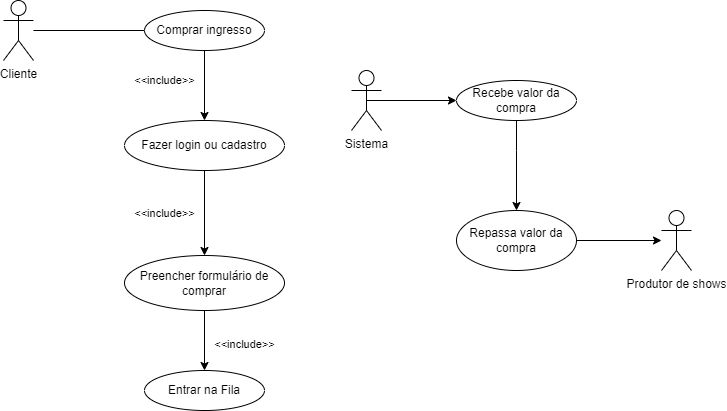
RicardoVictor/tickets-diagram keeps this draw.io diagram as diagram.png. Above is the earlier version. Source tidied: cells renumbered, new cells last; positions are measured from the earlier drawing's top-left corner, leaving out a move shared by most shapes.
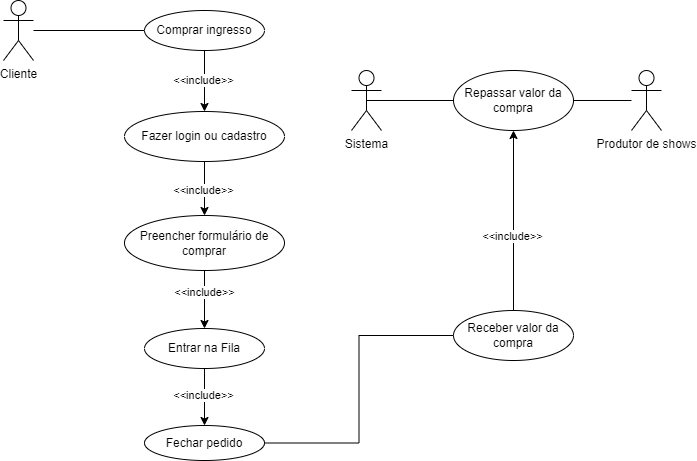
The same diagram one commit later.

The edit, as a diff of the source:
```diff
@@ -3,57 +3,69 @@
     <mxCell id="0" />
     <mxCell id="1" parent="0" />
     <mxCell id="2" value="Cliente&lt;br&gt;" style="shape=umlActor;verticalLabelPosition=bottom;verticalAlign=top;html=1;outlineConnect=0;" parent="1" vertex="1">
-      <mxGeometry width="30" height="60" as="geometry" />
+      <mxGeometry x="60" y="-640" width="30" height="60" as="geometry" />
     </mxCell>
     <mxCell id="3" value="&amp;lt;&amp;lt;include&amp;gt;&amp;gt;" style="edgeStyle=orthogonalEdgeStyle;rounded=0;jettySize=auto;html=1;exitX=0.5;exitY=1;exitDx=0;exitDy=0;entryX=0.5;entryY=0;entryDx=0;entryDy=0;" parent="1" edge="1" source="4" target="11">
-      <mxGeometry x="0.14" y="40" relative="1" as="geometry" />
+      <mxGeometry x="-0.25" relative="1" as="geometry" />
     </mxCell>
     <mxCell id="4" value="Preencher formulário de comprar" style="ellipse;whiteSpace=wrap;html=1;" parent="1" vertex="1">
-      <mxGeometry x="121" y="255" width="160" height="55" as="geometry" />
+      <mxGeometry x="181" y="-425" width="160" height="55" as="geometry" />
     </mxCell>
     <mxCell id="5" value="Comprar ingresso" style="ellipse;whiteSpace=wrap;html=1;" parent="1" vertex="1">
-      <mxGeometry x="141" y="10" width="120" height="40" as="geometry" />
+      <mxGeometry x="201" y="-630" width="120" height="40" as="geometry" />
     </mxCell>
     <mxCell id="6" value="Fazer login ou cadastro" style="ellipse;whiteSpace=wrap;html=1;" parent="1" vertex="1">
-      <mxGeometry x="121" y="120" width="160" height="50" as="geometry" />
+      <mxGeometry x="181" y="-529" width="160" height="50" as="geometry" />
     </mxCell>
     <mxCell id="7" value="&amp;lt;&amp;lt;include&amp;gt;&amp;gt;" style="endArrow=classic;html=1;rounded=0;exitX=0.5;exitY=1;exitDx=0;exitDy=0;entryX=0.5;entryY=0;entryDx=0;entryDy=0;" parent="1" edge="1" source="5" target="6">
-      <mxGeometry x="-0.14" y="-40" relative="1" as="geometry" />
+      <mxGeometry x="-0.02" y="-1" relative="1" as="geometry" />
     </mxCell>
     <mxCell id="8" style="endArrow=none;html=1;rounded=0;entryX=0;entryY=0.5;entryDx=0;entryDy=0;" parent="1" edge="1" source="2" target="5">
       <mxGeometry relative="1" as="geometry" />
     </mxCell>
     <mxCell id="9" value="&amp;lt;&amp;lt;include&amp;gt;&amp;gt;" style="endArrow=classic;html=1;rounded=0;exitX=0.5;exitY=1;exitDx=0;exitDy=0;entryX=0.5;entryY=0;entryDx=0;entryDy=0;" parent="1" edge="1" source="6" target="4">
-      <mxGeometry y="-40" relative="1" as="geometry" />
+      <mxGeometry x="0.07" y="-1" relative="1" as="geometry" />
     </mxCell>
     <mxCell id="10" value="Produtor de shows" style="shape=umlActor;verticalLabelPosition=bottom;verticalAlign=top;html=1;outlineConnect=0;" parent="1" vertex="1">
-      <mxGeometry x="658" y="210" width="30" height="60" as="geometry" />
+      <mxGeometry x="688" y="-570" width="30" height="60" as="geometry" />
     </mxCell>
+    <mxCell id="18" value="&amp;lt;&amp;lt;include&amp;gt;&amp;gt;" style="edgeStyle=orthogonalEdgeStyle;rounded=0;jettySize=auto;html=1;exitX=0.5;exitY=1;exitDx=0;exitDy=0;entryX=0.5;entryY=0;entryDx=0;entryDy=0;endArrow=classic;endFill=1;" parent="1" edge="1" source="11" target="20">
+      <mxGeometry x="-0.05" y="-1" relative="1" as="geometry" />
+    </mxCell>
     <mxCell id="11" value="Entrar na Fila" style="ellipse;whiteSpace=wrap;html=1;" parent="1" vertex="1">
-      <mxGeometry x="141" y="370" width="120" height="40" as="geometry" />
+      <mxGeometry x="201" y="-312" width="120" height="40" as="geometry" />
     </mxCell>
-    <mxCell id="12" style="edgeStyle=orthogonalEdgeStyle;rounded=0;jettySize=auto;html=1;exitX=0.5;exitY=0.5;exitDx=0;exitDy=0;exitPerimeter=0;" parent="1" edge="1" source="14" target="17">
-      <mxGeometry relative="1" as="geometry" />
-    </mxCell>
-    <mxCell id="13" style="edgeStyle=orthogonalEdgeStyle;rounded=0;jettySize=auto;html=1;exitX=0.5;exitY=1;exitDx=0;exitDy=0;startArrow=none;" parent="1" edge="1" source="17" target="16">
-      <mxGeometry relative="1" as="geometry">
+    <mxCell id="13" value="&amp;lt;&amp;lt;include&amp;gt;&amp;gt;" style="edgeStyle=orthogonalEdgeStyle;rounded=0;jettySize=auto;html=1;exitX=0.5;exitY=0;exitDx=0;exitDy=0;startArrow=none;entryX=0.5;entryY=1;entryDx=0;entryDy=0;" parent="1" edge="1" source="17" target="16">
+      <mxGeometry x="-0.18" y="1" relative="1" as="geometry">
         <Array as="points">
-          <mxPoint x="513" y="150" />
-          <mxPoint x="513" y="150" />
+          <mxPoint x="570" y="-330" />
         </Array>
       </mxGeometry>
     </mxCell>
     <mxCell id="14" value="Sistema" style="shape=umlActor;verticalLabelPosition=bottom;verticalAlign=top;html=1;outlineConnect=0;" parent="1" vertex="1">
-      <mxGeometry x="348" y="70" width="30" height="60" as="geometry" />
+      <mxGeometry x="408" y="-570" width="30" height="60" as="geometry" />
     </mxCell>
-    <mxCell id="15" style="edgeStyle=orthogonalEdgeStyle;rounded=0;jettySize=auto;html=1;exitX=1;exitY=0.5;exitDx=0;exitDy=0;" parent="1" edge="1" source="16" target="10">
+    <mxCell id="15" style="edgeStyle=orthogonalEdgeStyle;rounded=0;jettySize=auto;html=1;exitX=1;exitY=0.5;exitDx=0;exitDy=0;endArrow=none;endFill=0;" parent="1" edge="1" source="16" target="10">
       <mxGeometry relative="1" as="geometry" />
     </mxCell>
+    <mxCell id="19" style="edgeStyle=orthogonalEdgeStyle;rounded=0;jettySize=auto;html=1;exitX=0;exitY=0.5;exitDx=0;exitDy=0;entryX=1;entryY=0.5;entryDx=0;entryDy=0;endArrow=none;endFill=0;" parent="1" edge="1" source="17" target="20">
+      <mxGeometry relative="1" as="geometry" />
+    </mxCell>
+    <mxCell id="17" value="Receber valor da compra" style="ellipse;whiteSpace=wrap;html=1;" parent="1" vertex="1">
+      <mxGeometry x="510" y="-330" width="120" height="50" as="geometry" />
+    </mxCell>
+    <mxCell id="20" value="Fechar pedido" style="ellipse;whiteSpace=wrap;html=1;" parent="1" vertex="1">
+      <mxGeometry x="201" y="-215" width="120" height="35" as="geometry" />
+    </mxCell>
-    <mxCell id="16" value="Repassa valor da compra" style="ellipse;whiteSpace=wrap;html=1;" parent="1" vertex="1">
-      <mxGeometry x="453" y="210" width="120" height="60" as="geometry" />
+    <mxCell id="16" value="Repassar valor da compra" style="ellipse;whiteSpace=wrap;html=1;" parent="1" vertex="1">
+      <mxGeometry x="510" y="-570" width="120" height="60" as="geometry" />
     </mxCell>
-    <mxCell id="17" value="Recebe valor da compra" style="ellipse;whiteSpace=wrap;html=1;" parent="1" vertex="1">
-      <mxGeometry x="453" y="80" width="120" height="40" as="geometry" />
-    </mxCell>
+    <mxCell id="21" style="edgeStyle=orthogonalEdgeStyle;rounded=0;jettySize=auto;html=1;exitX=0.5;exitY=0.5;exitDx=0;exitDy=0;exitPerimeter=0;endArrow=none;" parent="1" edge="1" source="14" target="16">
+      <mxGeometry relative="1" as="geometry">
+        <Array as="points">
+          <mxPoint x="600" y="-540" />
+        </Array>
+      </mxGeometry>
+    </mxCell>
   </root>
 </mxGraphModel>
```
